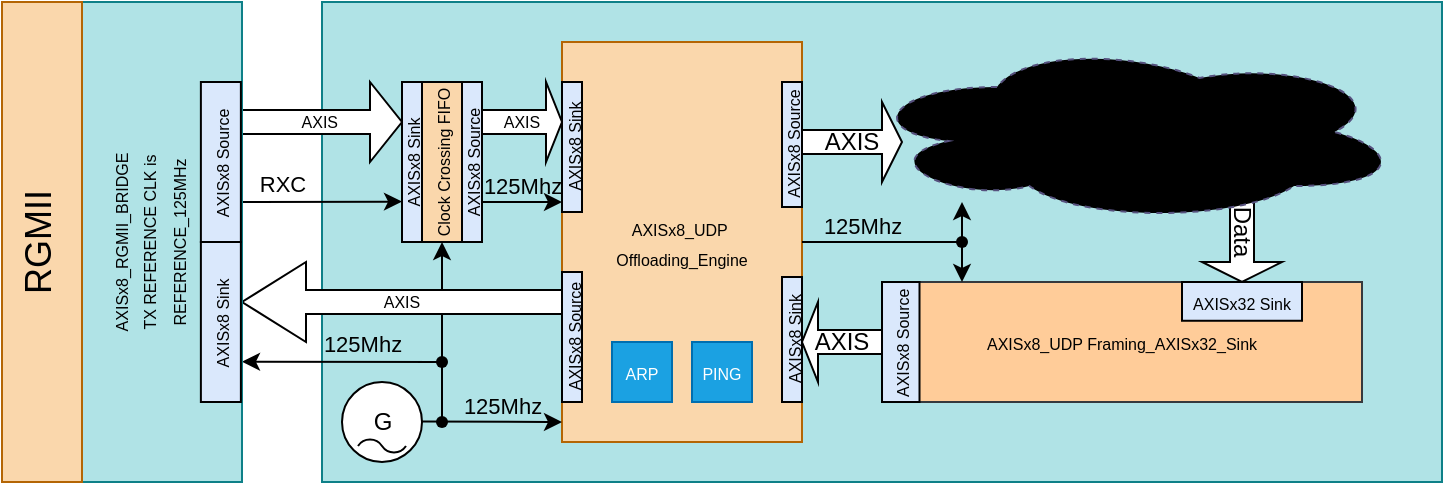
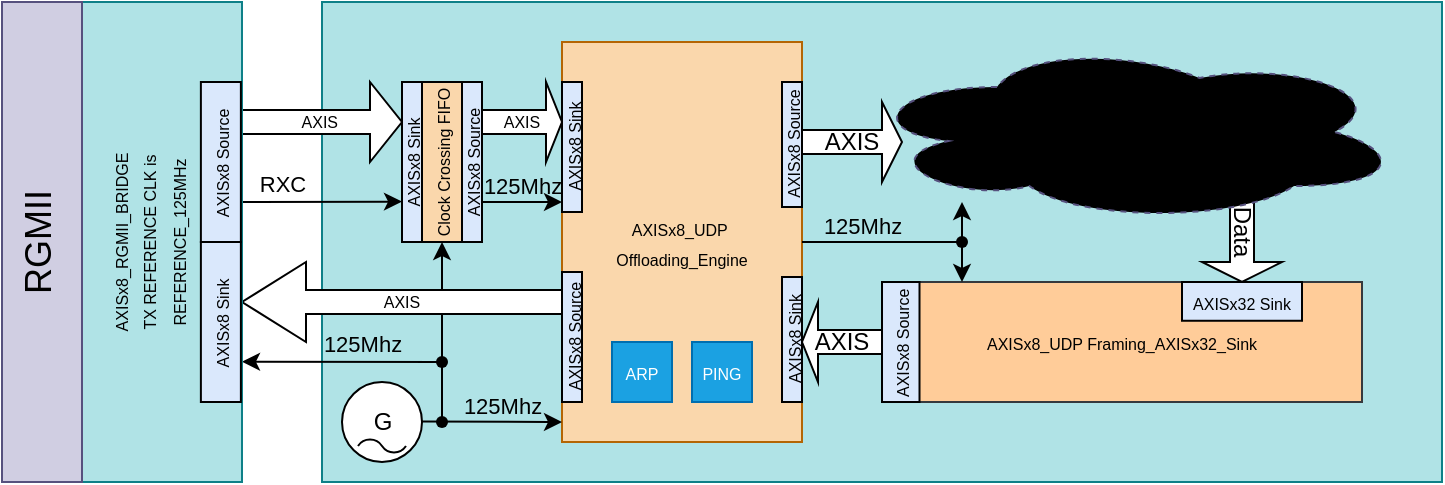
<mxfile host="Electron" agent="Mozilla/5.0 (Windows NT 10.0; Win64; x64) AppleWebKit/537.36 (KHTML, like Gecko) Chrome/147.0.0.0 Safari/537.36 OPR/131.0.0.0">
  <diagram name="Page-1" id="g0-s9DwC3oRhXUgsUFM5">
-     <mxGraphModel dx="975" dy="586" grid="1" gridSize="10" guides="1" tooltips="1" connect="1" arrows="1" fold="1" page="1" pageScale="1" pageWidth="827" pageHeight="1169" math="0" shadow="0">
+     <mxGraphModel dx="1414" dy="849" grid="1" gridSize="10" guides="1" tooltips="1" connect="1" arrows="1" fold="1" page="1" pageScale="1" pageWidth="827" pageHeight="1169" math="0" shadow="0">
      <root>
        <mxCell id="0" />
        <mxCell id="1" parent="0" />
        <mxCell id="8MZm8ZnyYfnDvXLVh-hZ-1" parent="1" style="rounded=0;whiteSpace=wrap;html=1;fillColor=#b0e3e6;strokeColor=#0e8088;" value="" vertex="1">
          <mxGeometry height="240" width="560" x="200" y="880" as="geometry" />
        </mxCell>
        <mxCell id="IxL4q454uO7X2V-tEIz7-48" parent="1" style="rounded=0;whiteSpace=wrap;html=1;fillColor=#ffcc99;strokeColor=#36393d;" value="&lt;span style=&quot;font-size: 8px;&quot;&gt;AXISx8_UDP Framing_AXISx32_Sink&lt;/span&gt;" vertex="1">
          <mxGeometry height="60" width="240" x="480" y="1020" as="geometry" />
        </mxCell>
        <mxCell id="IxL4q454uO7X2V-tEIz7-5" parent="1" style="shape=singleArrow;whiteSpace=wrap;html=1;fontSize=8;" value="AXIS&amp;nbsp;" vertex="1">
          <mxGeometry height="40" width="80" x="160" y="920" as="geometry" />
        </mxCell>
        <mxCell id="IxL4q454uO7X2V-tEIz7-6" edge="1" parent="1" style="endArrow=classic;html=1;rounded=0;labelPosition=center;verticalLabelPosition=middle;align=center;verticalAlign=middle;" value="">
          <mxGeometry height="50" relative="1" width="50" as="geometry">
            <mxPoint x="260" y="1060" as="sourcePoint" />
            <mxPoint x="160" y="1059.85" as="targetPoint" />
          </mxGeometry>
        </mxCell>
        <mxCell id="IxL4q454uO7X2V-tEIz7-8" parent="1" style="rounded=0;whiteSpace=wrap;html=1;fillColor=#fad7ac;strokeColor=#b46504;" value="&lt;span style=&quot;font-size: 8px;&quot;&gt;AXISx8_UDP&amp;nbsp;&lt;/span&gt;&lt;div&gt;&lt;span style=&quot;font-size: 8px;&quot;&gt;Offloading_Engine&lt;/span&gt;&lt;/div&gt;" vertex="1">
          <mxGeometry height="200" width="120" x="320" y="900" as="geometry" />
        </mxCell>
        <mxCell id="IxL4q454uO7X2V-tEIz7-12" edge="1" parent="1" style="endArrow=classic;html=1;rounded=0;exitX=1;exitY=0.4;exitDx=0;exitDy=0;exitPerimeter=0;labelPosition=center;verticalLabelPosition=top;align=center;verticalAlign=bottom;" value="">
          <mxGeometry height="50" relative="1" width="50" as="geometry">
            <Array as="points" />
            <mxPoint x="160" y="979.97" as="sourcePoint" />
            <mxPoint x="240" y="979.8" as="targetPoint" />
          </mxGeometry>
        </mxCell>
        <mxCell id="IxL4q454uO7X2V-tEIz7-13" connectable="0" parent="IxL4q454uO7X2V-tEIz7-12" style="edgeLabel;html=1;align=center;verticalAlign=bottom;resizable=0;points=[];labelBackgroundColor=none;labelBorderColor=none;labelPosition=center;verticalLabelPosition=top;" value="RXC" vertex="1">
          <mxGeometry relative="1" x="-0.695" y="-1" as="geometry">
            <mxPoint x="8" y="-1" as="offset" />
          </mxGeometry>
        </mxCell>
        <mxCell id="IxL4q454uO7X2V-tEIz7-14" parent="1" style="rounded=0;whiteSpace=wrap;html=1;fillColor=#fad7ac;strokeColor=#000000;rotation=-90;" value="&lt;span style=&quot;font-size: 8px;&quot;&gt;Clock Crossing &lt;/span&gt;&lt;span style=&quot;color: light-dark(rgb(0, 0, 0), rgb(255, 255, 255)); background-color: transparent; font-size: 8px;&quot;&gt;FIFO&lt;/span&gt;" vertex="1">
          <mxGeometry height="20" width="80" x="220" y="950" as="geometry" />
        </mxCell>
        <mxCell id="IxL4q454uO7X2V-tEIz7-15" parent="1" style="rounded=0;whiteSpace=wrap;html=1;fillColor=#dae8fc;strokeColor=#000000;rotation=-90;" value="&lt;span style=&quot;font-size: 8px;&quot;&gt;AXISx8&lt;/span&gt;&lt;span style=&quot;font-size: 8px;&quot;&gt; Sink&lt;/span&gt;" vertex="1">
          <mxGeometry height="10" width="80" x="205" y="955" as="geometry" />
        </mxCell>
        <mxCell id="IxL4q454uO7X2V-tEIz7-16" parent="1" style="rounded=0;whiteSpace=wrap;html=1;fillColor=#dae8fc;strokeColor=#000000;rotation=-90;" value="&lt;span style=&quot;font-size: 8px;&quot;&gt;AXISx8 Source&lt;/span&gt;" vertex="1">
          <mxGeometry height="10" width="80" x="235" y="955" as="geometry" />
        </mxCell>
        <mxCell id="IxL4q454uO7X2V-tEIz7-17" parent="1" style="shape=singleArrow;whiteSpace=wrap;html=1;fontSize=8;" value="AXIS" vertex="1">
          <mxGeometry height="40" width="40" x="280" y="920" as="geometry" />
        </mxCell>
        <mxCell id="IxL4q454uO7X2V-tEIz7-18" edge="1" parent="1" style="endArrow=classic;html=1;rounded=0;exitX=1;exitY=0.4;exitDx=0;exitDy=0;exitPerimeter=0;labelPosition=center;verticalLabelPosition=top;align=center;verticalAlign=bottom;" value="">
          <mxGeometry height="50" relative="1" width="50" as="geometry">
            <Array as="points" />
            <mxPoint x="280" y="979.97" as="sourcePoint" />
            <mxPoint x="320" y="980" as="targetPoint" />
          </mxGeometry>
        </mxCell>
        <mxCell id="IxL4q454uO7X2V-tEIz7-19" connectable="0" parent="1" style="edgeLabel;html=1;align=center;verticalAlign=bottom;resizable=0;points=[];labelBackgroundColor=none;labelBorderColor=none;labelPosition=center;verticalLabelPosition=top;fillColor=none;" value="&lt;span&gt;125Mhz&lt;/span&gt;" vertex="1">
          <mxGeometry x="300" y="980" as="geometry" />
        </mxCell>
        <mxCell id="IxL4q454uO7X2V-tEIz7-20" connectable="0" parent="1" style="edgeLabel;html=1;align=center;verticalAlign=bottom;resizable=0;points=[];labelBackgroundColor=none;labelBorderColor=none;labelPosition=center;verticalLabelPosition=top;fillColor=none;" value="&lt;span&gt;125Mhz&lt;/span&gt;" vertex="1">
          <mxGeometry x="220" y="1059.85" as="geometry" />
        </mxCell>
        <mxCell id="IxL4q454uO7X2V-tEIz7-21" parent="1" style="dashed=0;outlineConnect=0;align=center;html=1;shape=mxgraph.pid.engines.generator_(ac);fontSize=12;" value="G" vertex="1">
          <mxGeometry height="40" width="40" x="210" y="1070" as="geometry" />
        </mxCell>
        <mxCell id="IxL4q454uO7X2V-tEIz7-22" parent="1" style="rounded=0;whiteSpace=wrap;html=1;fillColor=#dae8fc;strokeColor=#000000;rotation=-90;verticalAlign=middle;" value="&lt;span style=&quot;font-size: 8px;&quot;&gt;AXISx8&lt;/span&gt;&lt;span style=&quot;font-size: 8px;&quot;&gt; Sink&lt;/span&gt;" vertex="1">
          <mxGeometry height="10" width="65" x="292.5" y="947.5" as="geometry" />
        </mxCell>
        <mxCell id="IxL4q454uO7X2V-tEIz7-23" parent="1" style="rounded=0;whiteSpace=wrap;html=1;fillColor=#dae8fc;strokeColor=#000000;rotation=-90;" value="&lt;span style=&quot;font-size: 8px;&quot;&gt;AXISx8 Source&lt;/span&gt;" vertex="1">
          <mxGeometry height="10" width="65" x="292.5" y="1042.5" as="geometry" />
        </mxCell>
        <mxCell id="IxL4q454uO7X2V-tEIz7-24" parent="1" style="rounded=0;whiteSpace=wrap;html=1;fillColor=#dae8fc;strokeColor=#000000;rotation=-90;" value="&lt;span style=&quot;font-size: 8px;&quot;&gt;AXISx8 Source&lt;/span&gt;" vertex="1">
          <mxGeometry height="10" width="62.5" x="403.75" y="946.25" as="geometry" />
        </mxCell>
        <mxCell id="IxL4q454uO7X2V-tEIz7-25" parent="1" style="rounded=0;whiteSpace=wrap;html=1;fillColor=#dae8fc;strokeColor=#000000;rotation=-90;" value="&lt;span style=&quot;font-size: 8px;&quot;&gt;AXISx8&lt;/span&gt;&lt;span style=&quot;font-size: 8px;&quot;&gt; Sink&lt;/span&gt;" vertex="1">
          <mxGeometry height="10" width="62.5" x="403.75" y="1043.75" as="geometry" />
        </mxCell>
        <mxCell id="IxL4q454uO7X2V-tEIz7-26" edge="1" parent="1" style="endArrow=classic;html=1;rounded=0;exitX=1;exitY=0.4;exitDx=0;exitDy=0;exitPerimeter=0;" value="">
          <mxGeometry height="50" relative="1" width="50" as="geometry">
            <Array as="points" />
            <mxPoint x="250" y="1089.8" as="sourcePoint" />
            <mxPoint x="320" y="1090" as="targetPoint" />
          </mxGeometry>
        </mxCell>
        <mxCell id="IxL4q454uO7X2V-tEIz7-27" connectable="0" parent="1" style="edgeLabel;html=1;align=center;verticalAlign=bottom;resizable=0;points=[];labelBackgroundColor=none;labelBorderColor=none;labelPosition=center;verticalLabelPosition=top;fillColor=none;" value="&lt;span&gt;125Mhz&lt;/span&gt;" vertex="1">
          <mxGeometry x="290" y="1090" as="geometry" />
        </mxCell>
        <mxCell id="IxL4q454uO7X2V-tEIz7-28" edge="1" parent="1" source="IxL4q454uO7X2V-tEIz7-33" style="endArrow=none;html=1;rounded=0;" value="">
          <mxGeometry height="50" relative="1" width="50" as="geometry">
            <mxPoint x="260" y="1090" as="sourcePoint" />
            <mxPoint x="260" y="1060" as="targetPoint" />
          </mxGeometry>
        </mxCell>
        <mxCell id="IxL4q454uO7X2V-tEIz7-29" edge="1" parent="1" style="endArrow=none;html=1;rounded=0;" target="IxL4q454uO7X2V-tEIz7-30" value="">
          <mxGeometry height="50" relative="1" width="50" as="geometry">
            <mxPoint x="260" y="1090" as="sourcePoint" />
            <mxPoint x="260" y="1060" as="targetPoint" />
          </mxGeometry>
        </mxCell>
        <mxCell id="IxL4q454uO7X2V-tEIz7-30" parent="1" style="shape=waypoint;sketch=0;fillStyle=solid;size=6;pointerEvents=1;points=[];fillColor=none;resizable=0;rotatable=0;perimeter=centerPerimeter;snapToPoint=1;" value="" vertex="1">
          <mxGeometry height="20" width="20" x="250" y="1080" as="geometry" />
        </mxCell>
        <mxCell id="IxL4q454uO7X2V-tEIz7-31" edge="1" parent="1" style="endArrow=classic;html=1;rounded=0;entryX=0;entryY=0.5;entryDx=0;entryDy=0;" target="IxL4q454uO7X2V-tEIz7-14" value="">
          <mxGeometry height="50" relative="1" width="50" as="geometry">
            <Array as="points" />
            <mxPoint x="260" y="1060" as="sourcePoint" />
            <mxPoint x="340" y="1060.05" as="targetPoint" />
          </mxGeometry>
        </mxCell>
        <mxCell id="IxL4q454uO7X2V-tEIz7-32" edge="1" parent="1" source="IxL4q454uO7X2V-tEIz7-30" style="endArrow=none;html=1;rounded=0;" target="IxL4q454uO7X2V-tEIz7-33" value="">
          <mxGeometry height="50" relative="1" width="50" as="geometry">
            <mxPoint x="260" y="1090" as="sourcePoint" />
            <mxPoint x="260" y="1060" as="targetPoint" />
          </mxGeometry>
        </mxCell>
        <mxCell id="IxL4q454uO7X2V-tEIz7-33" parent="1" style="shape=waypoint;sketch=0;fillStyle=solid;size=6;pointerEvents=1;points=[];fillColor=none;resizable=0;rotatable=0;perimeter=centerPerimeter;snapToPoint=1;" value="" vertex="1">
          <mxGeometry height="20" width="20" x="250" y="1050" as="geometry" />
        </mxCell>
        <mxCell id="IxL4q454uO7X2V-tEIz7-34" parent="1" style="shape=singleArrow;direction=west;whiteSpace=wrap;html=1;fontSize=8;" value="AXIS" vertex="1">
          <mxGeometry height="40" width="160" x="160" y="1010" as="geometry" />
        </mxCell>
        <mxCell id="IxL4q454uO7X2V-tEIz7-36" parent="1" style="rounded=0;whiteSpace=wrap;html=1;fillColor=#dae8fc;strokeColor=#000000;rotation=0;" value="&lt;span style=&quot;font-size: 8px;&quot;&gt;AXISx32 Sink&lt;/span&gt;" vertex="1">
          <mxGeometry height="19.38" width="60" x="630" y="1020" as="geometry" />
        </mxCell>
        <mxCell id="IxL4q454uO7X2V-tEIz7-37" parent="1" style="rounded=0;whiteSpace=wrap;html=1;fillColor=#1ba1e2;strokeColor=#006EAF;rotation=0;fontColor=#ffffff;" value="&lt;span style=&quot;font-size: 8px;&quot;&gt;PING&lt;/span&gt;" vertex="1">
          <mxGeometry height="30" width="30" x="385" y="1050" as="geometry" />
        </mxCell>
        <mxCell id="IxL4q454uO7X2V-tEIz7-38" parent="1" style="rounded=0;whiteSpace=wrap;html=1;fillColor=#1ba1e2;strokeColor=#006EAF;rotation=0;fontColor=#ffffff;" value="&lt;span style=&quot;font-size: 8px;&quot;&gt;ARP&lt;/span&gt;" vertex="1">
          <mxGeometry height="30" width="30" x="345" y="1050" as="geometry" />
        </mxCell>
        <mxCell id="IxL4q454uO7X2V-tEIz7-39" parent="1" style="shape=singleArrow;whiteSpace=wrap;html=1;rotation=90;" value="&lt;div&gt;Data&lt;/div&gt;" vertex="1">
          <mxGeometry height="40" width="50" x="635" y="975" as="geometry" />
        </mxCell>
        <mxCell id="IxL4q454uO7X2V-tEIz7-40" parent="1" style="ellipse;shape=cloud;whiteSpace=wrap;html=1;align=center;fillColor=#d0cee2;strokeColor=#56517e;dashed=1;gradientColor=light-dark(#7EA6E0,#436697);gradientDirection=radial;" value="Logic" vertex="1">
          <mxGeometry height="90" width="270" x="470" y="900" as="geometry" />
        </mxCell>
        <mxCell id="IxL4q454uO7X2V-tEIz7-42" connectable="0" parent="1" style="edgeLabel;html=1;align=center;verticalAlign=bottom;resizable=0;points=[];labelBackgroundColor=none;labelBorderColor=none;labelPosition=center;verticalLabelPosition=top;fillColor=none;" value="&lt;span&gt;125Mhz&lt;/span&gt;" vertex="1">
          <mxGeometry x="470" y="1000" as="geometry" />
        </mxCell>
        <mxCell id="IxL4q454uO7X2V-tEIz7-43" edge="1" parent="1" style="endArrow=none;html=1;rounded=0;" value="">
          <mxGeometry height="50" relative="1" width="50" as="geometry">
            <mxPoint x="440" y="1000" as="sourcePoint" />
            <mxPoint x="520" y="1000" as="targetPoint" />
          </mxGeometry>
        </mxCell>
        <mxCell id="IxL4q454uO7X2V-tEIz7-44" edge="1" parent="1" style="endArrow=classic;html=1;rounded=0;exitX=0.197;exitY=1.003;exitDx=0;exitDy=0;exitPerimeter=0;entryX=0.2;entryY=0.002;entryDx=0;entryDy=0;entryPerimeter=0;endFill=1;startArrow=classic;startFill=1;" value="">
          <mxGeometry height="50" relative="1" width="50" as="geometry">
            <mxPoint x="520" y="980" as="sourcePoint" />
            <mxPoint x="520" y="1020" as="targetPoint" />
          </mxGeometry>
        </mxCell>
        <mxCell id="IxL4q454uO7X2V-tEIz7-45" parent="1" style="shape=waypoint;sketch=0;fillStyle=solid;size=6;pointerEvents=1;points=[];fillColor=none;resizable=0;rotatable=0;perimeter=centerPerimeter;snapToPoint=1;" value="" vertex="1">
          <mxGeometry height="20" width="20" x="510" y="990" as="geometry" />
        </mxCell>
        <mxCell id="IxL4q454uO7X2V-tEIz7-46" parent="1" style="shape=singleArrow;whiteSpace=wrap;html=1;" value="AXIS" vertex="1">
          <mxGeometry height="40" width="50" x="440" y="930" as="geometry" />
        </mxCell>
        <mxCell id="IxL4q454uO7X2V-tEIz7-49" parent="1" style="shape=singleArrow;direction=west;whiteSpace=wrap;html=1;" value="AXIS" vertex="1">
          <mxGeometry height="40" width="40" x="440" y="1030" as="geometry" />
        </mxCell>
        <mxCell id="IxL4q454uO7X2V-tEIz7-50" parent="1" style="rounded=0;whiteSpace=wrap;html=1;fillColor=#dae8fc;strokeColor=#000000;rotation=-90;" value="&lt;span style=&quot;font-size: 8px;&quot;&gt;AXISx8 Source&lt;/span&gt;" vertex="1">
          <mxGeometry height="18.75" width="60" x="459.38" y="1040.63" as="geometry" />
        </mxCell>
        <mxCell id="IxL4q454uO7X2V-tEIz7-53" parent="1" style="rounded=0;whiteSpace=wrap;html=1;fillColor=#b0e3e6;strokeColor=#0e8088;rotation=-90;" value="&lt;span style=&quot;font-size: 8px;&quot;&gt;AXISx8_RGMII_BRIDGE&lt;/span&gt;&lt;div&gt;&lt;span style=&quot;font-size: 8px;&quot;&gt;TX REFERENCE CLK is&lt;/span&gt;&lt;/div&gt;&lt;div&gt;&lt;span style=&quot;background-color: transparent; font-size: 8px;&quot;&gt;REFERENCE_125MHz&lt;/span&gt;&lt;/div&gt;&lt;div&gt;&lt;span style=&quot;background-color: transparent; font-size: 8px;&quot;&gt;&lt;br&gt;&lt;/span&gt;&lt;/div&gt;" vertex="1">
          <mxGeometry height="80" width="240" x="1.4210854715202004e-14" y="960" as="geometry" />
        </mxCell>
-         <mxCell id="IxL4q454uO7X2V-tEIz7-54" parent="1" style="rounded=0;whiteSpace=wrap;html=1;textDirection=vertical-rl;rotation=-180;fillColor=#fad7ac;strokeColor=#b46504;fontSize=18;" value="RGMII" vertex="1">
+         <mxCell id="IxL4q454uO7X2V-tEIz7-54" parent="1" style="rounded=0;whiteSpace=wrap;html=1;textDirection=vertical-rl;rotation=-180;fillColor=#d0cee2;strokeColor=#56517e;fontSize=18;" value="RGMII" vertex="1">
          <mxGeometry height="240" width="40" x="40.000000000000014" y="880" as="geometry" />
        </mxCell>
        <mxCell id="IxL4q454uO7X2V-tEIz7-55" parent="1" style="rounded=0;whiteSpace=wrap;html=1;fillColor=#dae8fc;strokeColor=#000000;rotation=-90;" value="&lt;span style=&quot;font-size: 8px;&quot;&gt;AXISx8&lt;/span&gt;&lt;span style=&quot;font-size: 8px;&quot;&gt;&amp;nbsp;Sink&lt;/span&gt;" vertex="1">
          <mxGeometry height="20" width="80" x="109.44" y="1030" as="geometry" />
        </mxCell>
        <mxCell id="IxL4q454uO7X2V-tEIz7-56" parent="1" style="rounded=0;whiteSpace=wrap;html=1;fillColor=#dae8fc;strokeColor=#000000;rotation=-90;" value="&lt;span style=&quot;font-size: 8px;&quot;&gt;AXISx8 Source&lt;/span&gt;" vertex="1">
          <mxGeometry height="20" width="80" x="109.44" y="950" as="geometry" />
        </mxCell>
      </root>
    </mxGraphModel>
  </diagram>
</mxfile>
